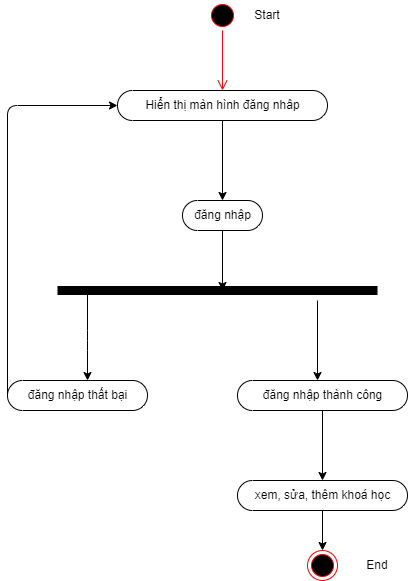
PhamTienThanhCong/Quan-ly-sinh-vien keeps this draw.io diagram as TaiLieu/Sơ đồ gì đó/Sơ đồ hoạt động/giáo vụ/quanlykhoahoc.drawio.png. Above is the earlier version. Source tidied: cells renumbered, new cells last; positions are measured from the earlier drawing's top-left corner, leaving out a move shared by most shapes. Source of this version:
```xml
<mxGraphModel>
  <root>
    <mxCell id="0" />
    <mxCell id="1" parent="0" />
    <mxCell id="2" style="ellipse;html=1;shape=startState;fillColor=#000000;strokeColor=#ff0000;" parent="1" vertex="1">
      <mxGeometry x="200" width="30" height="30" as="geometry" />
    </mxCell>
    <mxCell id="3" style="edgeStyle=orthogonalEdgeStyle;html=1;verticalAlign=bottom;endArrow=open;endSize=8;strokeColor=#ff0000;" parent="1" edge="1" source="2">
      <mxGeometry relative="1" as="geometry">
        <mxPoint x="215" y="90" as="targetPoint" />
      </mxGeometry>
    </mxCell>
    <mxCell id="4" style="edgeStyle=none;html=1;" parent="1" edge="1" source="5">
      <mxGeometry relative="1" as="geometry">
        <mxPoint x="215" y="290" as="targetPoint" />
      </mxGeometry>
    </mxCell>
    <mxCell id="5" value="đăng nhập" style="html=1;dashed=0;whitespace=wrap;shape=mxgraph.dfd.start;" parent="1" vertex="1">
      <mxGeometry x="175" y="200" width="80" height="30" as="geometry" />
    </mxCell>
    <mxCell id="6" style="endArrow=none;html=1;strokeWidth=9;" parent="1" edge="1">
      <mxGeometry relative="1" as="geometry">
        <mxPoint x="50" y="290" as="sourcePoint" />
        <mxPoint x="370" y="290" as="targetPoint" />
      </mxGeometry>
    </mxCell>
    <mxCell id="7" style="endArrow=classic;html=1;strokeWidth=1;" parent="1" edge="1">
      <mxGeometry relative="1" as="geometry">
        <mxPoint x="80" y="290" as="sourcePoint" />
        <mxPoint x="80" y="380" as="targetPoint" />
        <Array as="points">
          <mxPoint x="80" y="340" />
        </Array>
      </mxGeometry>
    </mxCell>
    <mxCell id="8" style="edgeStyle=none;html=1;strokeWidth=1;" parent="1" edge="1" source="9" target="5">
      <mxGeometry relative="1" as="geometry" />
    </mxCell>
    <mxCell id="9" value="Hiển thị màn hình đăng nhâp" style="html=1;dashed=0;whitespace=wrap;shape=mxgraph.dfd.start;" parent="1" vertex="1">
      <mxGeometry x="110" y="90" width="210" height="30" as="geometry" />
    </mxCell>
    <mxCell id="10" style="endArrow=classic;html=1;strokeWidth=1;" parent="1" edge="1">
      <mxGeometry relative="1" as="geometry">
        <mxPoint x="310" y="300" as="sourcePoint" />
        <mxPoint x="310" y="380" as="targetPoint" />
      </mxGeometry>
    </mxCell>
    <mxCell id="11" value="đăng nhập thất bại" style="html=1;dashed=0;whitespace=wrap;shape=mxgraph.dfd.start;" parent="1" vertex="1">
      <mxGeometry y="380" width="140" height="30" as="geometry" />
    </mxCell>
    <mxCell id="12" style="edgeStyle=none;html=1;" parent="1" edge="1" source="13" target="17">
      <mxGeometry relative="1" as="geometry" />
    </mxCell>
    <mxCell id="13" value="đăng nhập thành công" style="html=1;dashed=0;whitespace=wrap;shape=mxgraph.dfd.start;" parent="1" vertex="1">
      <mxGeometry x="230" y="380" width="170" height="30" as="geometry" />
    </mxCell>
    <mxCell id="14" style="endArrow=classic;html=1;strokeWidth=1;exitX=0;exitY=0.5;exitDx=0;exitDy=0;exitPerimeter=0;entryX=0;entryY=0.5;entryDx=0;entryDy=0;entryPerimeter=0;" parent="1" edge="1" source="11" target="9">
      <mxGeometry relative="1" as="geometry">
        <Array as="points">
          <mxPoint y="105" />
        </Array>
      </mxGeometry>
    </mxCell>
    <mxCell id="15" value="Start" style="text;html=1;strokeColor=none;fillColor=none;align=center;verticalAlign=middle;whiteSpace=wrap;rounded=0;" parent="1" vertex="1">
      <mxGeometry x="230" width="60" height="30" as="geometry" />
    </mxCell>
    <mxCell id="16" style="edgeStyle=none;html=1;" parent="1" edge="1" source="17" target="18">
      <mxGeometry relative="1" as="geometry" />
    </mxCell>
    <mxCell id="17" value="xem, sửa, thêm khoá học" style="html=1;dashed=0;whitespace=wrap;shape=mxgraph.dfd.start;" parent="1" vertex="1">
      <mxGeometry x="230" y="480" width="170" height="30" as="geometry" />
    </mxCell>
    <mxCell id="18" style="ellipse;html=1;shape=endState;fillColor=#000000;strokeColor=#ff0000;" parent="1" vertex="1">
      <mxGeometry x="300" y="550" width="30" height="30" as="geometry" />
    </mxCell>
    <mxCell id="19" value="End" style="text;html=1;strokeColor=none;fillColor=none;align=center;verticalAlign=middle;whiteSpace=wrap;rounded=0;" parent="1" vertex="1">
      <mxGeometry x="340" y="550" width="60" height="30" as="geometry" />
    </mxCell>
  </root>
</mxGraphModel>
```
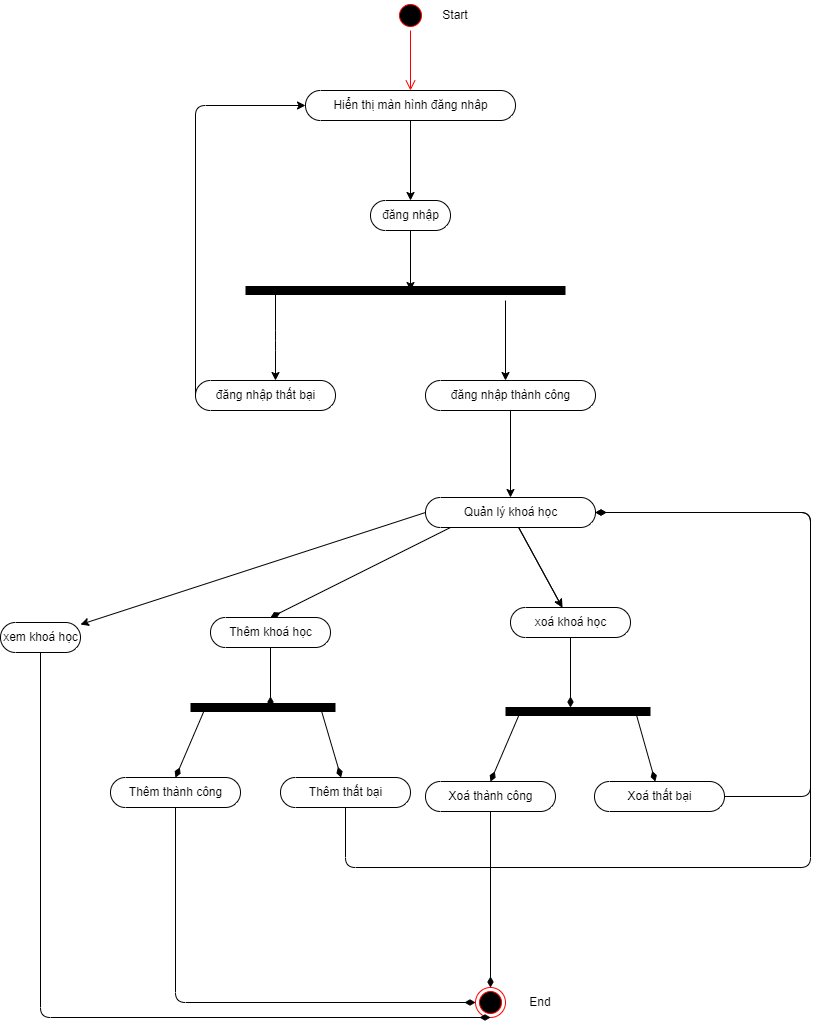
Above is the later version.

Diff of the diagram source:
```diff
@@ -2,58 +2,61 @@
   <root>
     <mxCell id="0" />
     <mxCell id="1" parent="0" />
-    <mxCell id="2" style="ellipse;html=1;shape=startState;fillColor=#000000;strokeColor=#ff0000;" parent="1" vertex="1">
-      <mxGeometry x="200" width="30" height="30" as="geometry" />
-    </mxCell>
-    <mxCell id="3" style="edgeStyle=orthogonalEdgeStyle;html=1;verticalAlign=bottom;endArrow=open;endSize=8;strokeColor=#ff0000;" parent="1" edge="1" source="2">
-      <mxGeometry relative="1" as="geometry">
-        <mxPoint x="215" y="90" as="targetPoint" />
-      </mxGeometry>
-    </mxCell>
-    <mxCell id="4" style="edgeStyle=none;html=1;" parent="1" edge="1" source="5">
-      <mxGeometry relative="1" as="geometry">
-        <mxPoint x="215" y="290" as="targetPoint" />
-      </mxGeometry>
-    </mxCell>
+    <mxCell id="20" style="ellipse;html=1;shape=startState;fillColor=#000000;strokeColor=#ff0000;" parent="1" vertex="1">
+      <mxGeometry x="200" width="30" height="30" as="geometry" />
+    </mxCell>
+    <mxCell id="21" style="edgeStyle=orthogonalEdgeStyle;html=1;verticalAlign=bottom;endArrow=open;endSize=8;strokeColor=#ff0000;" parent="1" edge="1" source="20">
+      <mxGeometry relative="1" as="geometry">
+        <mxPoint x="215" y="90" as="targetPoint" />
+      </mxGeometry>
+    </mxCell>
+    <mxCell id="22" style="edgeStyle=none;html=1;" parent="1" edge="1" source="5">
+      <mxGeometry relative="1" as="geometry">
+        <mxPoint x="215" y="290" as="targetPoint" />
+      </mxGeometry>
+    </mxCell>
     <mxCell id="5" value="đăng nhập" style="html=1;dashed=0;whitespace=wrap;shape=mxgraph.dfd.start;" parent="1" vertex="1">
       <mxGeometry x="175" y="200" width="80" height="30" as="geometry" />
     </mxCell>
-    <mxCell id="6" style="endArrow=none;html=1;strokeWidth=9;" parent="1" edge="1">
-      <mxGeometry relative="1" as="geometry">
-        <mxPoint x="50" y="290" as="sourcePoint" />
-        <mxPoint x="370" y="290" as="targetPoint" />
-      </mxGeometry>
-    </mxCell>
-    <mxCell id="7" style="endArrow=classic;html=1;strokeWidth=1;" parent="1" edge="1">
-      <mxGeometry relative="1" as="geometry">
-        <mxPoint x="80" y="290" as="sourcePoint" />
-        <mxPoint x="80" y="380" as="targetPoint" />
-        <Array as="points">
-          <mxPoint x="80" y="340" />
-        </Array>
-      </mxGeometry>
-    </mxCell>
+    <mxCell id="23" style="endArrow=none;html=1;strokeWidth=9;" parent="1" edge="1">
+      <mxGeometry relative="1" as="geometry">
+        <mxPoint x="50" y="290" as="sourcePoint" />
+        <mxPoint x="370" y="290" as="targetPoint" />
+      </mxGeometry>
+    </mxCell>
+    <mxCell id="24" style="endArrow=classic;html=1;strokeWidth=1;" parent="1" edge="1">
+      <mxGeometry relative="1" as="geometry">
+        <mxPoint x="80" y="290" as="sourcePoint" />
+        <mxPoint x="80" y="380" as="targetPoint" />
+        <Array as="points">
+          <mxPoint x="80" y="340" />
+        </Array>
+      </mxGeometry>
+    </mxCell>
     <mxCell id="8" style="edgeStyle=none;html=1;strokeWidth=1;" parent="1" edge="1" source="9" target="5">
       <mxGeometry relative="1" as="geometry" />
     </mxCell>
     <mxCell id="9" value="Hiển thị màn hình đăng nhâp" style="html=1;dashed=0;whitespace=wrap;shape=mxgraph.dfd.start;" parent="1" vertex="1">
       <mxGeometry x="110" y="90" width="210" height="30" as="geometry" />
     </mxCell>
-    <mxCell id="10" style="endArrow=classic;html=1;strokeWidth=1;" parent="1" edge="1">
-      <mxGeometry relative="1" as="geometry">
-        <mxPoint x="310" y="300" as="sourcePoint" />
-        <mxPoint x="310" y="380" as="targetPoint" />
-      </mxGeometry>
-    </mxCell>
+    <mxCell id="25" style="endArrow=classic;html=1;strokeWidth=1;" parent="1" edge="1">
+      <mxGeometry relative="1" as="geometry">
+        <mxPoint x="310" y="300" as="sourcePoint" />
+        <mxPoint x="310" y="380" as="targetPoint" />
+      </mxGeometry>
+    </mxCell>
     <mxCell id="11" value="đăng nhập thất bại" style="html=1;dashed=0;whitespace=wrap;shape=mxgraph.dfd.start;" parent="1" vertex="1">
       <mxGeometry y="380" width="140" height="30" as="geometry" />
     </mxCell>
-    <mxCell id="12" style="edgeStyle=none;html=1;" parent="1" edge="1" source="13" target="17">
-      <mxGeometry relative="1" as="geometry" />
-    </mxCell>
-    <mxCell id="13" value="đăng nhập thành công" style="html=1;dashed=0;whitespace=wrap;shape=mxgraph.dfd.start;" parent="1" vertex="1">
-      <mxGeometry x="230" y="380" width="170" height="30" as="geometry" />
-    </mxCell>
+    <mxCell id="26" style="edgeStyle=none;html=1;" parent="1" edge="1" source="28" target="30">
+      <mxGeometry relative="1" as="geometry" />
+    </mxCell>
+    <mxCell id="27" style="edgeStyle=none;html=1;" parent="1" edge="1" source="28" target="30">
+      <mxGeometry relative="1" as="geometry" />
+    </mxCell>
+    <mxCell id="28" value="Quản lý khoá học" style="html=1;dashed=0;whitespace=wrap;shape=mxgraph.dfd.start;" parent="1" vertex="1">
+      <mxGeometry x="230" y="497" width="170" height="30" as="geometry" />
+    </mxCell>
     <mxCell id="14" style="endArrow=classic;html=1;strokeWidth=1;exitX=0;exitY=0.5;exitDx=0;exitDy=0;exitPerimeter=0;entryX=0;entryY=0.5;entryDx=0;entryDy=0;entryPerimeter=0;" parent="1" edge="1" source="11" target="9">
       <mxGeometry relative="1" as="geometry">
         <Array as="points">
@@ -64,17 +67,128 @@
     <mxCell id="15" value="Start" style="text;html=1;strokeColor=none;fillColor=none;align=center;verticalAlign=middle;whiteSpace=wrap;rounded=0;" parent="1" vertex="1">
       <mxGeometry x="230" width="60" height="30" as="geometry" />
     </mxCell>
-    <mxCell id="16" style="edgeStyle=none;html=1;" parent="1" edge="1" source="17" target="18">
-      <mxGeometry relative="1" as="geometry" />
-    </mxCell>
-    <mxCell id="17" value="xem, sửa, thêm khoá học" style="html=1;dashed=0;whitespace=wrap;shape=mxgraph.dfd.start;" parent="1" vertex="1">
-      <mxGeometry x="230" y="480" width="170" height="30" as="geometry" />
-    </mxCell>
-    <mxCell id="18" style="ellipse;html=1;shape=endState;fillColor=#000000;strokeColor=#ff0000;" parent="1" vertex="1">
-      <mxGeometry x="300" y="550" width="30" height="30" as="geometry" />
-    </mxCell>
+    <mxCell id="29" value="Thêm khoá học" style="html=1;dashed=0;whitespace=wrap;shape=mxgraph.dfd.start;" parent="1" vertex="1">
+      <mxGeometry x="15" y="617" width="120" height="30" as="geometry" />
+    </mxCell>
+    <mxCell id="30" value="xoá khoá học" style="html=1;dashed=0;whitespace=wrap;shape=mxgraph.dfd.start;" parent="1" vertex="1">
+      <mxGeometry x="315" y="607" width="120" height="30" as="geometry" />
+    </mxCell>
+    <mxCell id="31" style="endArrow=none;startArrow=diamondThin;endFill=0;startFill=1;html=1;verticalAlign=bottom;labelBackgroundColor=none;strokeWidth=1;startSize=8;endSize=8;exitX=0.5;exitY=0.5;exitDx=0;exitDy=-15;exitPerimeter=0;" parent="1" edge="1" source="29">
+      <mxGeometry relative="1" as="geometry">
+        <mxPoint x="255" y="527" as="targetPoint" />
+      </mxGeometry>
+    </mxCell>
+    <mxCell id="32" style="endArrow=none;startArrow=diamondThin;endFill=0;startFill=1;html=1;verticalAlign=bottom;labelBackgroundColor=none;strokeWidth=1;startSize=8;endSize=8;entryX=0.5;entryY=0.5;entryDx=0;entryDy=15;entryPerimeter=0;" parent="1" edge="1" target="29">
+      <mxGeometry relative="1" as="geometry">
+        <mxPoint x="75" y="707" as="sourcePoint" />
+      </mxGeometry>
+    </mxCell>
+    <mxCell id="33" style="endArrow=none;startArrow=diamondThin;endFill=0;startFill=1;html=1;verticalAlign=bottom;labelBackgroundColor=none;strokeWidth=1;startSize=8;endSize=8;entryX=0.5;entryY=0.5;entryDx=0;entryDy=15;entryPerimeter=0;" parent="1" edge="1" target="30">
+      <mxGeometry relative="1" as="geometry">
+        <mxPoint x="375" y="707" as="sourcePoint" />
+      </mxGeometry>
+    </mxCell>
+    <mxCell id="34" style="endArrow=none;html=1;strokeWidth=9;" parent="1" edge="1">
+      <mxGeometry relative="1" as="geometry">
+        <mxPoint x="-5" y="707" as="sourcePoint" />
+        <mxPoint x="140" y="707" as="targetPoint" />
+        <Array as="points">
+          <mxPoint x="70" y="707" />
+        </Array>
+      </mxGeometry>
+    </mxCell>
+    <mxCell id="35" value="Thêm thành công" style="html=1;dashed=0;whitespace=wrap;shape=mxgraph.dfd.start;" parent="1" vertex="1">
+      <mxGeometry x="-85" y="777" width="130" height="30" as="geometry" />
+    </mxCell>
+    <mxCell id="36" value="Thêm thất bại" style="html=1;dashed=0;whitespace=wrap;shape=mxgraph.dfd.start;" parent="1" vertex="1">
+      <mxGeometry x="85" y="777" width="130" height="30" as="geometry" />
+    </mxCell>
+    <mxCell id="37" style="endArrow=none;startArrow=diamondThin;endFill=0;startFill=1;html=1;verticalAlign=bottom;labelBackgroundColor=none;strokeWidth=1;startSize=8;endSize=8;exitX=0.5;exitY=0.5;exitDx=0;exitDy=-15;exitPerimeter=0;" parent="1" edge="1" source="35">
+      <mxGeometry relative="1" as="geometry">
+        <mxPoint x="10" y="707" as="targetPoint" />
+      </mxGeometry>
+    </mxCell>
+    <mxCell id="38" style="endArrow=none;startArrow=diamondThin;endFill=0;startFill=1;html=1;verticalAlign=bottom;labelBackgroundColor=none;strokeWidth=1;startSize=8;endSize=8;" parent="1" edge="1" source="36">
+      <mxGeometry relative="1" as="geometry">
+        <mxPoint x="125" y="707" as="targetPoint" />
+      </mxGeometry>
+    </mxCell>
+    <mxCell id="39" style="endArrow=none;startArrow=diamondThin;endFill=0;startFill=1;html=1;verticalAlign=bottom;labelBackgroundColor=none;strokeWidth=1;startSize=8;endSize=8;entryX=0.5;entryY=0.5;entryDx=0;entryDy=15;entryPerimeter=0;exitX=0;exitY=0.5;exitDx=0;exitDy=0;" parent="1" edge="1" source="40" target="35">
+      <mxGeometry relative="1" as="geometry">
+        <Array as="points">
+          <mxPoint x="-20" y="1002" />
+        </Array>
+      </mxGeometry>
+    </mxCell>
+    <mxCell id="40" style="ellipse;html=1;shape=endState;fillColor=#000000;strokeColor=#ff0000;" parent="1" vertex="1">
+      <mxGeometry x="280" y="987" width="30" height="30" as="geometry" />
+    </mxCell>
+    <mxCell id="41" style="endArrow=none;startArrow=diamondThin;endFill=0;startFill=1;html=1;verticalAlign=bottom;labelBackgroundColor=none;strokeWidth=1;startSize=8;endSize=8;entryX=0.5;entryY=0.5;entryDx=0;entryDy=15;entryPerimeter=0;exitX=1;exitY=0.5;exitDx=0;exitDy=0;exitPerimeter=0;" parent="1" edge="1" source="28" target="36">
+      <mxGeometry relative="1" as="geometry">
+        <Array as="points">
+          <mxPoint x="615" y="512" />
+          <mxPoint x="615" y="867" />
+          <mxPoint x="150" y="867" />
+        </Array>
+      </mxGeometry>
+    </mxCell>
+    <mxCell id="42" style="endArrow=none;html=1;strokeWidth=9;" parent="1" edge="1">
+      <mxGeometry relative="1" as="geometry">
+        <mxPoint x="310" y="711" as="sourcePoint" />
+        <mxPoint x="455" y="711" as="targetPoint" />
+        <Array as="points">
+          <mxPoint x="385" y="711" />
+        </Array>
+      </mxGeometry>
+    </mxCell>
+    <mxCell id="43" value="Xoá thành công" style="html=1;dashed=0;whitespace=wrap;shape=mxgraph.dfd.start;" parent="1" vertex="1">
+      <mxGeometry x="230" y="781" width="130" height="30" as="geometry" />
+    </mxCell>
+    <mxCell id="44" value="Xoá thất bại" style="html=1;dashed=0;whitespace=wrap;shape=mxgraph.dfd.start;" parent="1" vertex="1">
+      <mxGeometry x="399" y="781" width="130" height="30" as="geometry" />
+    </mxCell>
+    <mxCell id="45" style="endArrow=none;startArrow=diamondThin;endFill=0;startFill=1;html=1;verticalAlign=bottom;labelBackgroundColor=none;strokeWidth=1;startSize=8;endSize=8;exitX=0.5;exitY=0.5;exitDx=0;exitDy=-15;exitPerimeter=0;" parent="1" edge="1" source="43">
+      <mxGeometry relative="1" as="geometry">
+        <mxPoint x="325" y="711" as="targetPoint" />
+      </mxGeometry>
+    </mxCell>
+    <mxCell id="46" style="endArrow=none;startArrow=diamondThin;endFill=0;startFill=1;html=1;verticalAlign=bottom;labelBackgroundColor=none;strokeWidth=1;startSize=8;endSize=8;" parent="1" edge="1" source="44">
+      <mxGeometry relative="1" as="geometry">
+        <mxPoint x="440" y="711" as="targetPoint" />
+      </mxGeometry>
+    </mxCell>
+    <mxCell id="47" style="endArrow=none;startArrow=diamondThin;endFill=0;startFill=1;html=1;verticalAlign=bottom;labelBackgroundColor=none;strokeWidth=1;startSize=8;endSize=8;entryX=0.5;entryY=0.5;entryDx=0;entryDy=15.000000000000002;entryPerimeter=0;exitX=0.5;exitY=0;exitDx=0;exitDy=0;" parent="1" edge="1" source="40" target="43">
+      <mxGeometry relative="1" as="geometry" />
+    </mxCell>
+    <mxCell id="48" style="endArrow=none;startArrow=diamondThin;endFill=0;startFill=1;html=1;verticalAlign=bottom;labelBackgroundColor=none;strokeWidth=1;startSize=8;endSize=8;entryX=1;entryY=0.5;entryDx=0;entryDy=0;entryPerimeter=0;exitX=1;exitY=0.5;exitDx=0;exitDy=0;exitPerimeter=0;" parent="1" edge="1" source="28" target="44">
+      <mxGeometry relative="1" as="geometry">
+        <Array as="points">
+          <mxPoint x="615" y="512" />
+          <mxPoint x="615" y="796" />
+        </Array>
+      </mxGeometry>
+    </mxCell>
+    <mxCell id="49" style="edgeStyle=none;html=1;" parent="1" edge="1" source="13" target="28">
+      <mxGeometry relative="1" as="geometry" />
+    </mxCell>
+    <mxCell id="13" value="đăng nhập thành công" style="html=1;dashed=0;whitespace=wrap;shape=mxgraph.dfd.start;" parent="1" vertex="1">
+      <mxGeometry x="230" y="380" width="170" height="30" as="geometry" />
+    </mxCell>
     <mxCell id="19" value="End" style="text;html=1;strokeColor=none;fillColor=none;align=center;verticalAlign=middle;whiteSpace=wrap;rounded=0;" parent="1" vertex="1">
-      <mxGeometry x="340" y="550" width="60" height="30" as="geometry" />
+      <mxGeometry x="315" y="987" width="60" height="30" as="geometry" />
     </mxCell>
+    <mxCell id="50" style="endArrow=classic;html=1;exitX=0;exitY=0.5;exitDx=0;exitDy=0;exitPerimeter=0;" parent="1" edge="1" source="28" target="51">
+      <mxGeometry relative="1" as="geometry" />
+    </mxCell>
+    <mxCell id="51" value="xem khoá học" style="html=1;dashed=0;whitespace=wrap;shape=mxgraph.dfd.start;" parent="1" vertex="1">
+      <mxGeometry x="-195" y="622" width="80" height="30" as="geometry" />
+    </mxCell>
+    <mxCell id="52" style="endArrow=none;startArrow=diamondThin;endFill=0;startFill=1;html=1;verticalAlign=bottom;labelBackgroundColor=none;strokeWidth=1;startSize=8;endSize=8;exitX=0.5;exitY=1;exitDx=0;exitDy=0;entryX=0.5;entryY=0.5;entryDx=0;entryDy=15;entryPerimeter=0;" parent="1" edge="1" source="40" target="51">
+      <mxGeometry relative="1" as="geometry">
+        <Array as="points">
+          <mxPoint x="-155" y="1017" />
+        </Array>
+      </mxGeometry>
+    </mxCell>
   </root>
 </mxGraphModel>
```
